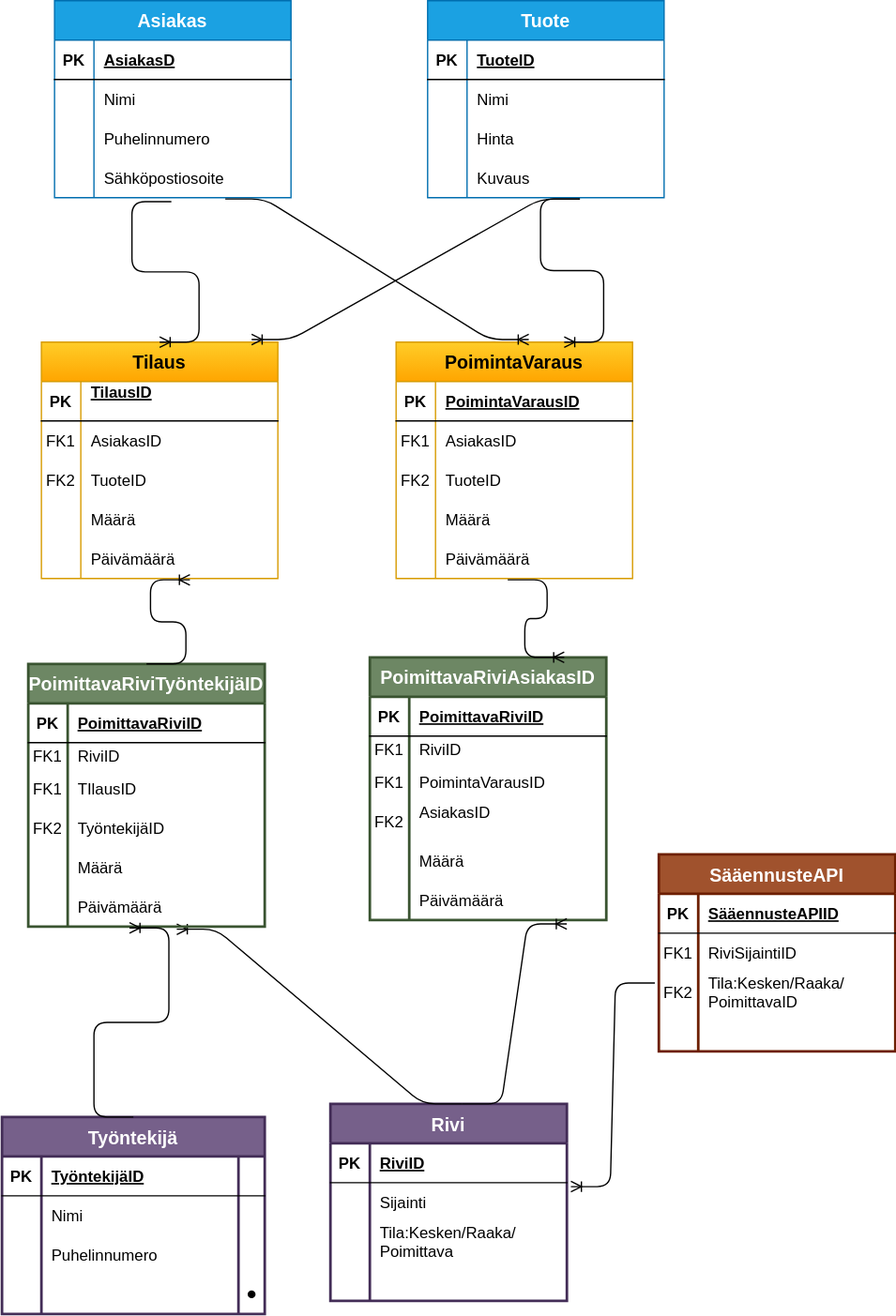
heidinoma/ITprojektienperusteet keeps this draw.io diagram as Tietomalli.drawio.svg. Above is the earlier version. Source tidied: cells renumbered, new cells last; positions are measured from the earlier drawing's top-left corner, leaving out a move shared by most shapes.
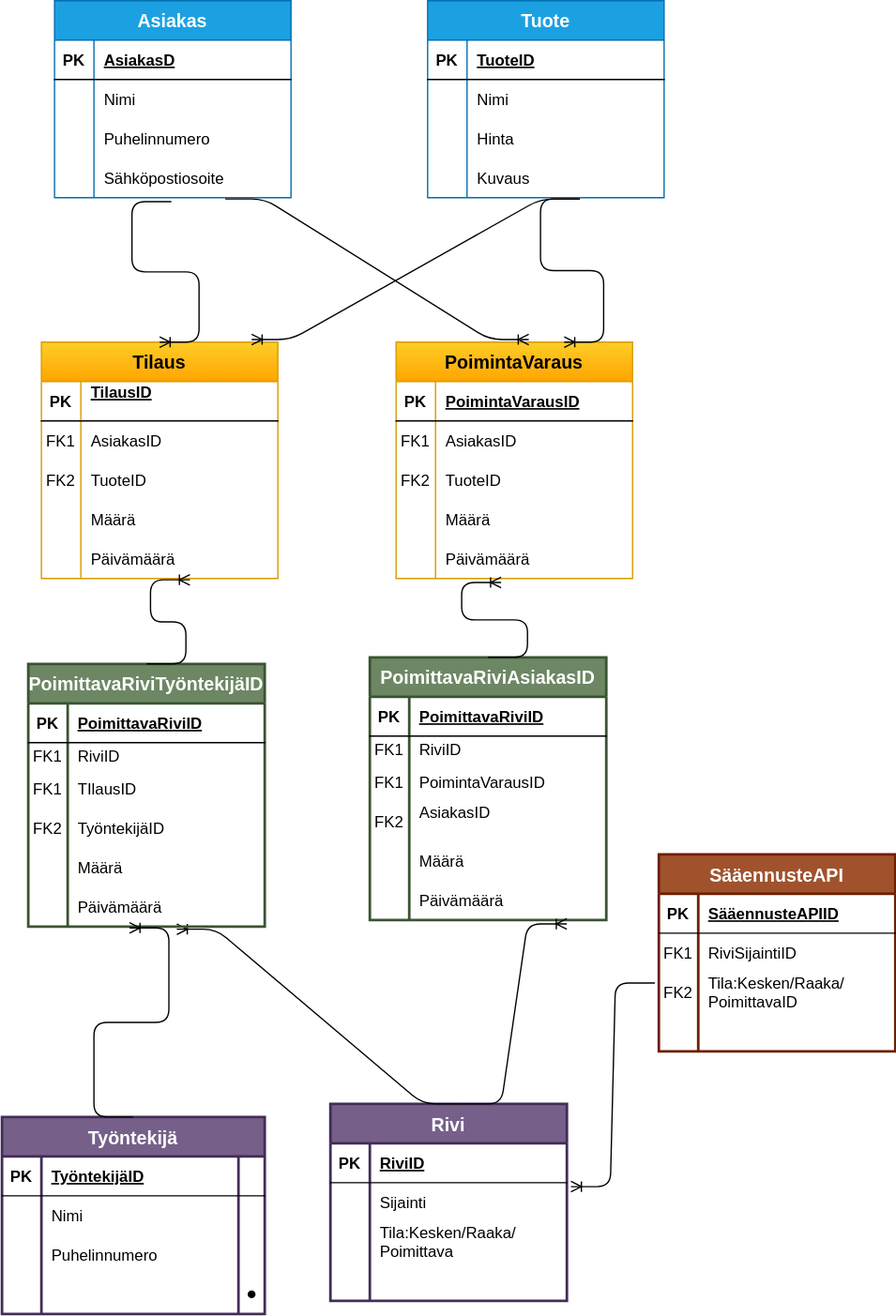
After the change.

Commit message:
1 muutos yhdistävään nuoleen Tuote-> PoimintaVaraus

What changed in the source:
```diff
@@ -365,9 +365,6 @@
     <mxCell id="122" style="edgeStyle=entityRelationEdgeStyle;fontSize=12;html=1;endArrow=ERoneToMany;exitX=0.644;exitY=1.033;exitDx=0;exitDy=0;exitPerimeter=0;entryX=0.889;entryY=-0.011;entryDx=0;entryDy=0;entryPerimeter=0;" parent="1" edge="1" source="25" target="68">
       <mxGeometry relative="1" as="geometry" />
     </mxCell>
-    <mxCell id="123" style="edgeStyle=entityRelationEdgeStyle;fontSize=12;html=1;endArrow=ERoneToMany;exitX=0.472;exitY=1.033;exitDx=0;exitDy=0;entryX=0.822;entryY=0;entryDx=0;entryDy=0;entryPerimeter=0;exitPerimeter=0;" parent="1" edge="1" source="97" target="100">
-      <mxGeometry relative="1" as="geometry" />
-    </mxCell>
     <mxCell id="124" style="edgeStyle=entityRelationEdgeStyle;fontSize=12;html=1;endArrow=ERoneToMany;exitX=-0.017;exitY=0.267;exitDx=0;exitDy=0;exitPerimeter=0;entryX=1.017;entryY=0.1;entryDx=0;entryDy=0;entryPerimeter=0;" parent="1" edge="1" source="62" target="32">
       <mxGeometry relative="1" as="geometry" />
     </mxCell>
@@ -440,5 +437,8 @@
     <mxCell id="147" style="edgeStyle=entityRelationEdgeStyle;fontSize=12;html=1;endArrow=ERoneToMany;exitX=0.5;exitY=0;exitDx=0;exitDy=0;entryX=0.628;entryY=1.033;entryDx=0;entryDy=0;entryPerimeter=0;" parent="1" edge="1" source="126" target="81">
       <mxGeometry relative="1" as="geometry" />
     </mxCell>
+    <mxCell id="148" style="edgeStyle=entityRelationEdgeStyle;fontSize=12;html=1;endArrow=ERoneToMany;exitX=0.5;exitY=0;exitDx=0;exitDy=0;entryX=0.444;entryY=1.1;entryDx=0;entryDy=0;entryPerimeter=0;" parent="1" edge="1" source="100" target="97">
+      <mxGeometry relative="1" as="geometry" />
+    </mxCell>
   </root>
 </mxGraphModel>
```
